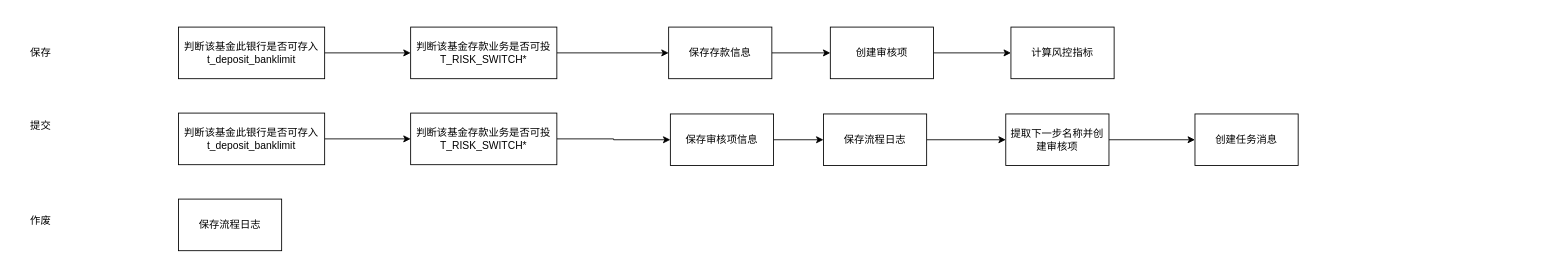
The draw.io diagram drawio/定存保存投资交易端逻辑.drawio in happinessandlove/Pic, before the edit. Source tidied: cells renumbered, new cells numbered last; positions are measured from the earlier drawing's top-left corner, leaving out a move shared by most shapes. Both pictures are drawn from the tidied source at 86%, with x=0, y=0 at pixel (15, 27).
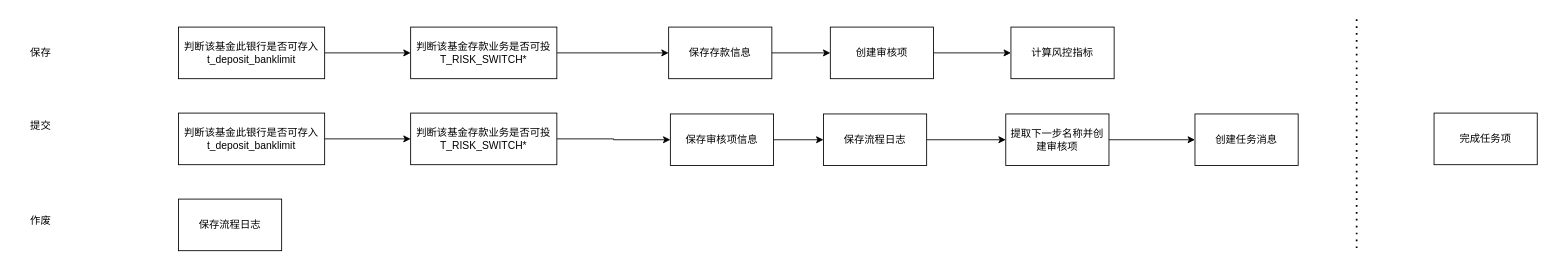
The same page after the edit.

Commit message (it also covers changes not shown here):
更新定存保存投资交易端逻辑.drawio

Diff of the diagram source:
```diff
@@
+    <mxCell id="26" value="完成任务项" style="rounded=0;whiteSpace=wrap;html=1;" parent="1" vertex="1">
+      <mxGeometry x="1650" y="100" width="120" height="60" as="geometry" />
+    </mxCell>
+    <mxCell id="27" style="endArrow=none;dashed=1;html=1;dashPattern=1 3;strokeWidth=2;rounded=0;" parent="1" edge="1">
+      <mxGeometry relative="1" as="geometry">
+        <mxPoint x="1560" y="257" as="sourcePoint" />
+        <mxPoint x="1560" y="-13" as="targetPoint" />
+      </mxGeometry>
+    </mxCell>
```
